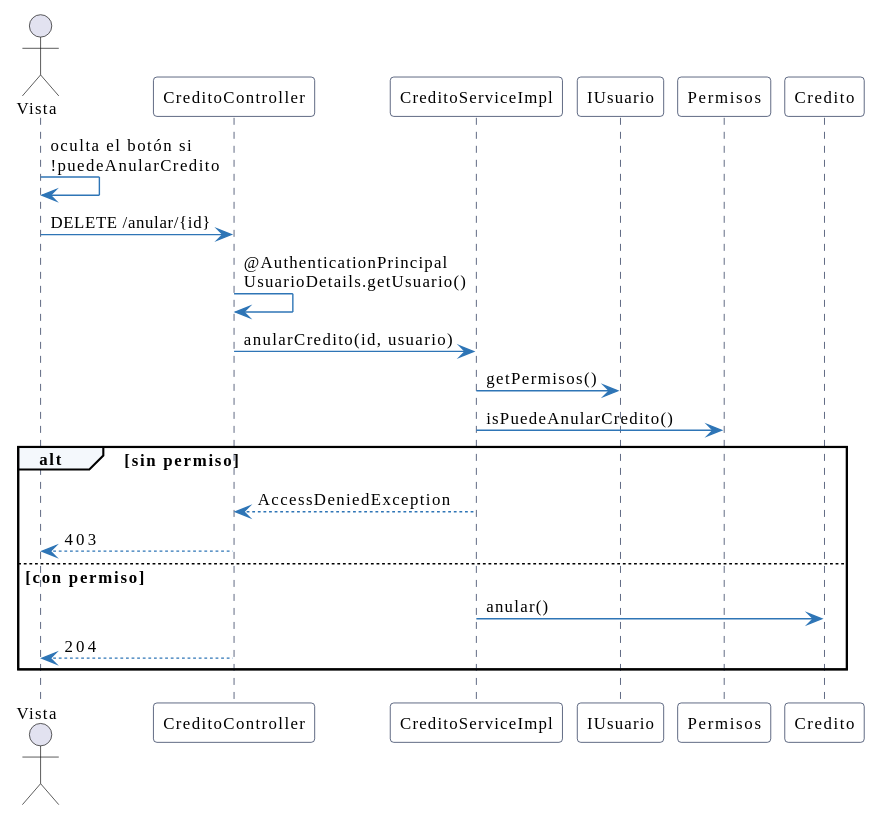
Before: docs/reporte/puml/m4-despues.svg, a diagram exported from PlantUML (andreiveisuade/TPO-ProcesoDesarrolloSoftware-V3). Its source is kept beside it as docs/reporte/puml/m4-despues.puml.
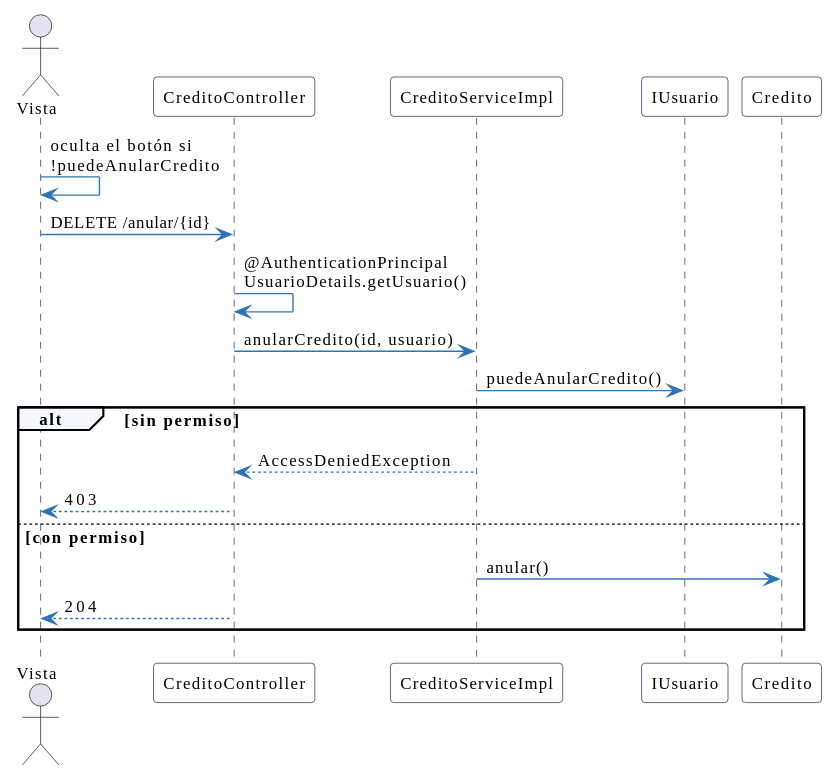
The same file after the commit.

Diff of the diagram source:
```diff
@@ -17,14 +17,12 @@
 participant CreditoController as Ct
 participant CreditoServiceImpl as S
 participant "IUsuario" as U
-participant Permisos as P
 participant Credito as K
 Vista -> Vista : oculta el botón si\n!puedeAnularCredito
 Vista -> Ct : DELETE /anular/{id}
 Ct -> Ct : @AuthenticationPrincipal\nUsuarioDetails.getUsuario()
 Ct -> S : anularCredito(id, usuario)
-S -> U : getPermisos()
-S -> P : isPuedeAnularCredito()
+S -> U : puedeAnularCredito()
 alt sin permiso
   S --> Ct : AccessDeniedException
   Ct --> Vista : 403
```
